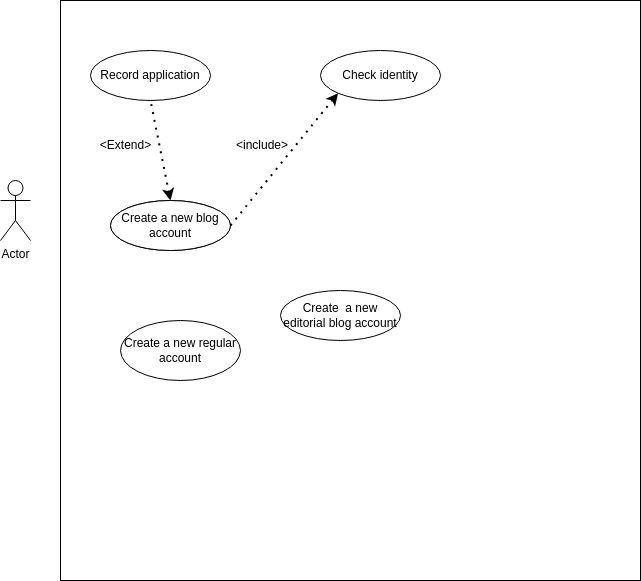
This is secuencia.drawio.png from JVC0/ETS, a draw.io export, as it was before one commit. Source tidied: cells renumbered, new cells last; positions are measured from the earlier drawing's top-left corner, leaving out a move shared by most shapes. The source it was exported from:
```xml
<mxGraphModel>
  <root>
    <mxCell id="0" />
    <mxCell id="1" parent="0" />
    <mxCell id="2" style="whiteSpace=wrap;html=1;" parent="1" vertex="1">
      <mxGeometry x="60" width="580" height="580" as="geometry" />
    </mxCell>
    <mxCell id="3" value="Actor" style="shape=umlActor;verticalLabelPosition=bottom;verticalAlign=top;html=1;" parent="1" vertex="1">
      <mxGeometry y="180" width="30" height="60" as="geometry" />
    </mxCell>
    <mxCell id="4" value="Create a new regular account" style="ellipse;whiteSpace=wrap;html=1;" parent="1" vertex="1">
      <mxGeometry x="120" y="320" width="120" height="60" as="geometry" />
    </mxCell>
    <mxCell id="5" value="Record application" style="ellipse;whiteSpace=wrap;html=1;" parent="1" vertex="1">
      <mxGeometry x="90" y="50" width="120" height="50" as="geometry" />
    </mxCell>
    <mxCell id="6" value="Create a new blog account" style="ellipse;whiteSpace=wrap;html=1;" parent="1" vertex="1">
      <mxGeometry x="110" y="200" width="120" height="50" as="geometry" />
    </mxCell>
    <mxCell id="7" style="endArrow=none;dashed=1;html=1;dashPattern=1 3;strokeWidth=2;rounded=0;entryX=0.5;entryY=1;entryDx=0;entryDy=0;exitX=0.5;exitY=0;exitDx=0;exitDy=0;endFill=0;startArrow=classic;startFill=1;" parent="1" edge="1" source="6" target="5">
      <mxGeometry relative="1" as="geometry" />
    </mxCell>
    <mxCell id="8" value="&amp;lt;Extend&amp;gt;" style="text;html=1;align=center;verticalAlign=middle;strokeColor=none;fillColor=none;" parent="1" vertex="1">
      <mxGeometry x="90" y="130" width="70" height="30" as="geometry" />
    </mxCell>
    <mxCell id="9" value="Create a new blog account" style="ellipse;whiteSpace=wrap;html=1;" parent="1" vertex="1">
      <mxGeometry x="110" y="200" width="120" height="50" as="geometry" />
    </mxCell>
    <mxCell id="10" value="Check identity" style="ellipse;whiteSpace=wrap;html=1;" parent="1" vertex="1">
      <mxGeometry x="320" y="50" width="120" height="50" as="geometry" />
    </mxCell>
    <mxCell id="11" style="endArrow=classic;dashed=1;html=1;dashPattern=1 3;strokeWidth=2;rounded=0;exitX=1;exitY=0.5;exitDx=0;exitDy=0;entryX=0;entryY=1;entryDx=0;entryDy=0;startArrow=none;startFill=0;endFill=1;" parent="1" edge="1" source="9" target="10">
      <mxGeometry relative="1" as="geometry" />
    </mxCell>
    <mxCell id="12" value="&amp;lt;include&amp;gt;" style="text;strokeColor=none;fillColor=none;align=left;verticalAlign=middle;spacingLeft=4;spacingRight=4;overflow=hidden;whiteSpace=wrap;html=1;" parent="1" vertex="1">
      <mxGeometry x="230" y="130" width="80" height="30" as="geometry" />
    </mxCell>
    <mxCell id="13" value="Create&amp;nbsp; a new editorial blog account" style="ellipse;whiteSpace=wrap;html=1;" parent="1" vertex="1">
      <mxGeometry x="280" y="290" width="120" height="50" as="geometry" />
    </mxCell>
  </root>
</mxGraphModel>
```
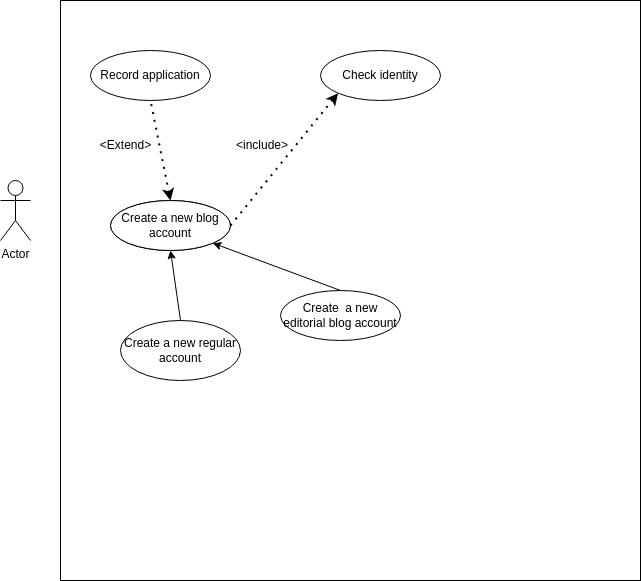
Above is the later version.

Diff of the diagram source:
```diff
@@ -38,5 +38,11 @@
     <mxCell id="13" value="Create&amp;nbsp; a new editorial blog account" style="ellipse;whiteSpace=wrap;html=1;" parent="1" vertex="1">
       <mxGeometry x="280" y="290" width="120" height="50" as="geometry" />
     </mxCell>
+    <mxCell id="14" style="endArrow=classic;html=1;entryX=0.5;entryY=1;entryDx=0;entryDy=0;exitX=0.5;exitY=0;exitDx=0;exitDy=0;" parent="1" edge="1" source="4" target="9">
+      <mxGeometry relative="1" as="geometry" />
+    </mxCell>
+    <mxCell id="15" style="endArrow=classic;html=1;entryX=1;entryY=1;entryDx=0;entryDy=0;exitX=0.5;exitY=0;exitDx=0;exitDy=0;" parent="1" edge="1" source="13" target="9">
+      <mxGeometry relative="1" as="geometry" />
+    </mxCell>
   </root>
 </mxGraphModel>
```
